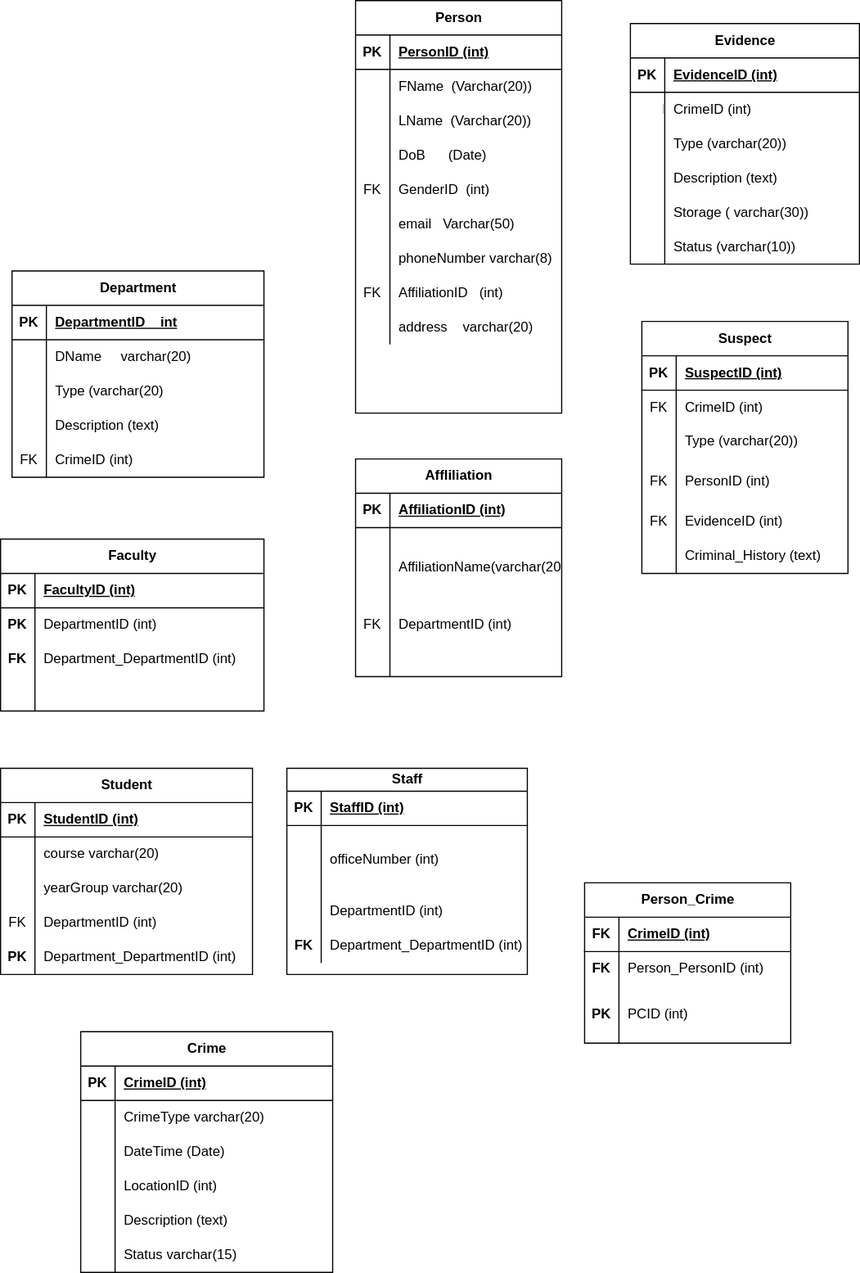
Earlier version of the draw.io export Untitled Diagram.drawio.svg (Priscile2/Diagrams). Source tidied: cells renumbered, new cells last; positions are measured from the earlier drawing's top-left corner, leaving out a move shared by most shapes.
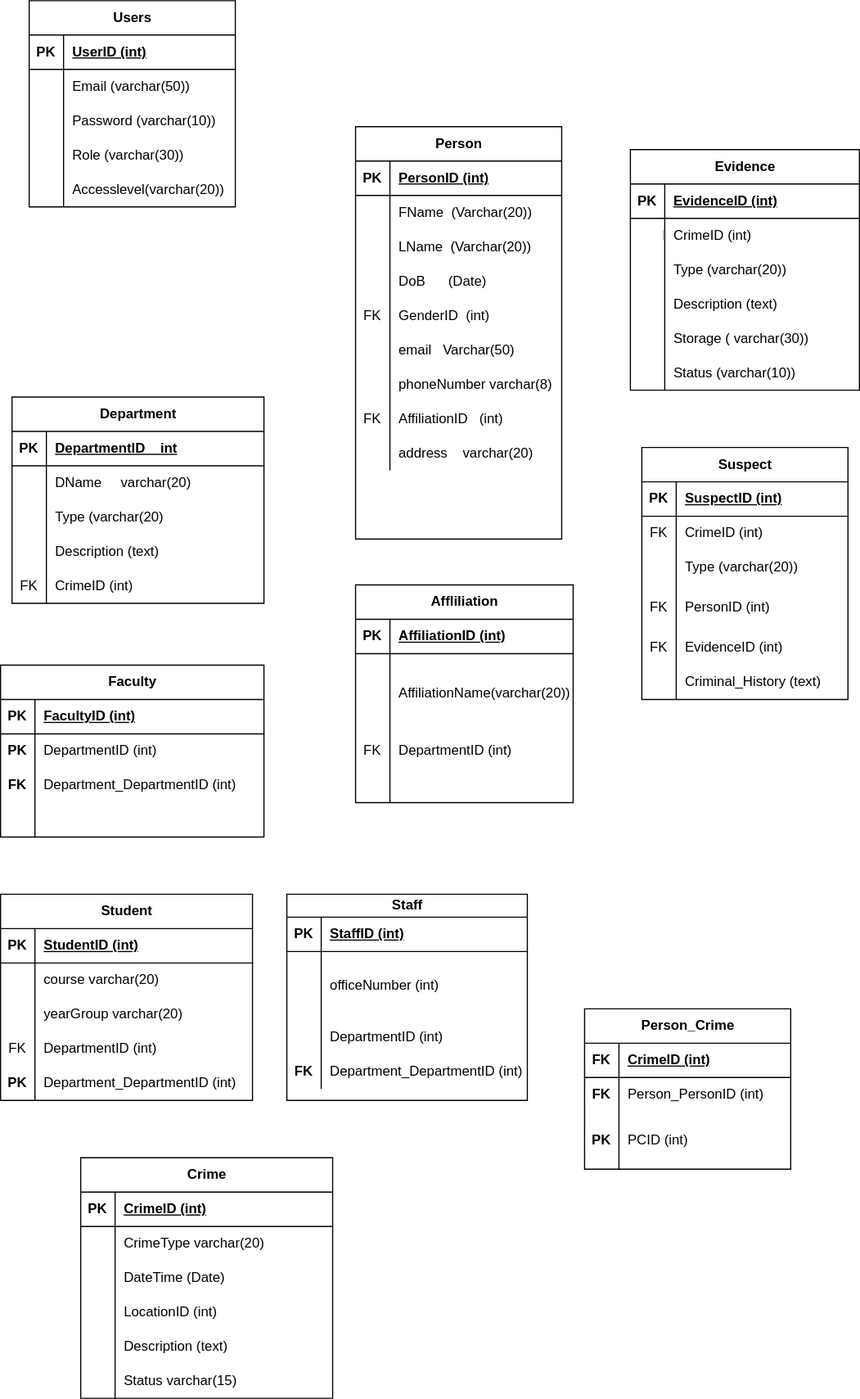
The same diagram one commit later.

Diff of the diagram source:
```diff
@@ -87,43 +87,43 @@
       <mxGeometry x="30" width="150" height="30" as="geometry" />
     </mxCell>
     <mxCell id="30" value="Affliliation" style="shape=table;startSize=30;rowLines=0;fontStyle=1;align=center;html=1;" parent="1" vertex="1">
-      <mxGeometry x="310" y="400" width="180" height="190" as="geometry" />
+      <mxGeometry x="310" y="400" width="190" height="190" as="geometry" />
     </mxCell>
     <mxCell id="31" style="shape=tableRow;horizontal=0;startSize=0;swimlaneHead=0;swimlaneBody=0;fillColor=none;top=0;left=0;right=0;bottom=1;" parent="30" vertex="1">
-      <mxGeometry y="30" width="180" height="30" as="geometry" />
+      <mxGeometry y="30" width="190" height="30" as="geometry" />
     </mxCell>
     <mxCell id="32" value="PK" style="shape=partialRectangle;fillColor=none;top=0;left=0;bottom=0;right=0;fontStyle=1;overflow=hidden;whiteSpace=wrap;html=1;" parent="31" vertex="1">
       <mxGeometry width="30" height="30" as="geometry" />
     </mxCell>
     <mxCell id="33" value="AffiliationID (int)" style="shape=partialRectangle;fillColor=none;top=0;left=0;bottom=0;right=0;align=left;spacingLeft=6;fontStyle=5;overflow=hidden;whiteSpace=wrap;html=1;" parent="31" vertex="1">
-      <mxGeometry x="30" width="150" height="30" as="geometry" />
+      <mxGeometry x="30" width="160" height="30" as="geometry" />
     </mxCell>
     <mxCell id="34" style="shape=tableRow;horizontal=0;startSize=0;swimlaneHead=0;swimlaneBody=0;fillColor=none;top=0;left=0;right=0;bottom=0;" parent="30" vertex="1">
-      <mxGeometry y="60" width="180" height="70" as="geometry" />
+      <mxGeometry y="60" width="190" height="70" as="geometry" />
     </mxCell>
     <mxCell id="35" style="shape=partialRectangle;fillColor=none;top=0;left=0;bottom=0;right=0;overflow=hidden;whiteSpace=wrap;html=1;" parent="34" vertex="1">
       <mxGeometry width="30" height="70" as="geometry" />
     </mxCell>
     <mxCell id="36" value="AffiliationName(varchar(20))" style="shape=partialRectangle;fillColor=none;top=0;left=0;bottom=0;right=0;align=left;spacingLeft=6;overflow=hidden;whiteSpace=wrap;html=1;" parent="34" vertex="1">
-      <mxGeometry x="30" width="150" height="70" as="geometry" />
+      <mxGeometry x="30" width="160" height="70" as="geometry" />
     </mxCell>
     <mxCell id="37" style="shape=tableRow;horizontal=0;startSize=0;swimlaneHead=0;swimlaneBody=0;fillColor=none;top=0;left=0;right=0;bottom=0;" parent="30" vertex="1">
-      <mxGeometry y="130" width="180" height="30" as="geometry" />
+      <mxGeometry y="130" width="190" height="30" as="geometry" />
     </mxCell>
     <mxCell id="38" value="FK" style="shape=partialRectangle;fillColor=none;top=0;left=0;bottom=0;right=0;overflow=hidden;whiteSpace=wrap;html=1;" parent="37" vertex="1">
       <mxGeometry width="30" height="30" as="geometry" />
     </mxCell>
     <mxCell id="39" value="DepartmentID (int)" style="shape=partialRectangle;fillColor=none;top=0;left=0;bottom=0;right=0;align=left;spacingLeft=6;overflow=hidden;whiteSpace=wrap;html=1;" parent="37" vertex="1">
-      <mxGeometry x="30" width="150" height="30" as="geometry" />
+      <mxGeometry x="30" width="160" height="30" as="geometry" />
     </mxCell>
     <mxCell id="40" style="shape=tableRow;horizontal=0;startSize=0;swimlaneHead=0;swimlaneBody=0;fillColor=none;top=0;left=0;right=0;bottom=0;" parent="30" vertex="1">
-      <mxGeometry y="160" width="180" height="30" as="geometry" />
+      <mxGeometry y="160" width="190" height="30" as="geometry" />
     </mxCell>
     <mxCell id="41" style="shape=partialRectangle;fillColor=none;top=0;left=0;bottom=0;right=0;overflow=hidden;whiteSpace=wrap;html=1;" parent="40" vertex="1">
       <mxGeometry width="30" height="30" as="geometry" />
     </mxCell>
     <mxCell id="42" style="shape=partialRectangle;fillColor=none;top=0;left=0;bottom=0;right=0;align=left;spacingLeft=6;overflow=hidden;whiteSpace=wrap;html=1;" parent="40" vertex="1">
-      <mxGeometry x="30" width="150" height="30" as="geometry" />
+      <mxGeometry x="30" width="160" height="30" as="geometry" />
     </mxCell>
     <mxCell id="43" value="Department" style="shape=table;startSize=30;rowLines=0;fontStyle=1;align=center;html=1;" parent="1" vertex="1">
       <mxGeometry x="10" y="236" width="220" height="180" as="geometry" />
@@ -443,6 +443,54 @@
     <mxCell id="148" value="Department_DepartmentID (int)" style="shape=partialRectangle;fillColor=none;top=0;left=0;bottom=0;right=0;align=left;spacingLeft=6;overflow=hidden;whiteSpace=wrap;html=1;" parent="146" vertex="1">
       <mxGeometry x="30" width="190" height="30" as="geometry" />
     </mxCell>
+    <mxCell id="168" value="Users" style="shape=table;startSize=30;rowLines=0;fontStyle=1;align=center;html=1;" parent="1" vertex="1">
+      <mxGeometry x="25" y="-110" width="180" height="180" as="geometry" />
+    </mxCell>
+    <mxCell id="169" style="shape=tableRow;horizontal=0;startSize=0;swimlaneHead=0;swimlaneBody=0;fillColor=none;top=0;left=0;right=0;bottom=1;" parent="168" vertex="1">
+      <mxGeometry y="30" width="180" height="30" as="geometry" />
+    </mxCell>
+    <mxCell id="170" value="PK" style="shape=partialRectangle;fillColor=none;top=0;left=0;bottom=0;right=0;fontStyle=1;overflow=hidden;whiteSpace=wrap;html=1;" parent="169" vertex="1">
+      <mxGeometry width="30" height="30" as="geometry" />
+    </mxCell>
+    <mxCell id="171" value="UserID (int)" style="shape=partialRectangle;fillColor=none;top=0;left=0;bottom=0;right=0;align=left;spacingLeft=6;fontStyle=5;overflow=hidden;whiteSpace=wrap;html=1;" parent="169" vertex="1">
+      <mxGeometry x="30" width="150" height="30" as="geometry" />
+    </mxCell>
+    <mxCell id="172" style="shape=tableRow;horizontal=0;startSize=0;swimlaneHead=0;swimlaneBody=0;fillColor=none;top=0;left=0;right=0;bottom=0;" parent="168" vertex="1">
+      <mxGeometry y="60" width="180" height="30" as="geometry" />
+    </mxCell>
+    <mxCell id="173" style="shape=partialRectangle;fillColor=none;top=0;left=0;bottom=0;right=0;overflow=hidden;whiteSpace=wrap;html=1;" parent="172" vertex="1">
+      <mxGeometry width="30" height="30" as="geometry" />
+    </mxCell>
+    <mxCell id="174" value="Email (varchar(50))" style="shape=partialRectangle;fillColor=none;top=0;left=0;bottom=0;right=0;align=left;spacingLeft=6;overflow=hidden;whiteSpace=wrap;html=1;" parent="172" vertex="1">
+      <mxGeometry x="30" width="150" height="30" as="geometry" />
+    </mxCell>
+    <mxCell id="175" style="shape=tableRow;horizontal=0;startSize=0;swimlaneHead=0;swimlaneBody=0;fillColor=none;top=0;left=0;right=0;bottom=0;" parent="168" vertex="1">
+      <mxGeometry y="90" width="180" height="30" as="geometry" />
+    </mxCell>
+    <mxCell id="176" style="shape=partialRectangle;fillColor=none;top=0;left=0;bottom=0;right=0;overflow=hidden;whiteSpace=wrap;html=1;" parent="175" vertex="1">
+      <mxGeometry width="30" height="30" as="geometry" />
+    </mxCell>
+    <mxCell id="177" value="Password (varchar(10))" style="shape=partialRectangle;fillColor=none;top=0;left=0;bottom=0;right=0;align=left;spacingLeft=6;overflow=hidden;whiteSpace=wrap;html=1;" parent="175" vertex="1">
+      <mxGeometry x="30" width="150" height="30" as="geometry" />
+    </mxCell>
+    <mxCell id="178" style="shape=tableRow;horizontal=0;startSize=0;swimlaneHead=0;swimlaneBody=0;fillColor=none;top=0;left=0;right=0;bottom=0;" parent="168" vertex="1">
+      <mxGeometry y="120" width="180" height="30" as="geometry" />
+    </mxCell>
+    <mxCell id="179" style="shape=partialRectangle;fillColor=none;top=0;left=0;bottom=0;right=0;overflow=hidden;whiteSpace=wrap;html=1;" parent="178" vertex="1">
+      <mxGeometry width="30" height="30" as="geometry" />
+    </mxCell>
+    <mxCell id="180" value="Role (varchar(30))" style="shape=partialRectangle;fillColor=none;top=0;left=0;bottom=0;right=0;align=left;spacingLeft=6;overflow=hidden;whiteSpace=wrap;html=1;" parent="178" vertex="1">
+      <mxGeometry x="30" width="150" height="30" as="geometry" />
+    </mxCell>
+    <mxCell id="181" style="shape=tableRow;horizontal=0;startSize=0;swimlaneHead=0;swimlaneBody=0;fillColor=none;top=0;left=0;right=0;bottom=0;" parent="168" vertex="1">
+      <mxGeometry y="150" width="180" height="30" as="geometry" />
+    </mxCell>
+    <mxCell id="182" style="shape=partialRectangle;fillColor=none;top=0;left=0;bottom=0;right=0;overflow=hidden;whiteSpace=wrap;html=1;" parent="181" vertex="1">
+      <mxGeometry width="30" height="30" as="geometry" />
+    </mxCell>
+    <mxCell id="183" value="Accesslevel(varchar(20))" style="shape=partialRectangle;fillColor=none;top=0;left=0;bottom=0;right=0;align=left;spacingLeft=6;overflow=hidden;whiteSpace=wrap;html=1;" parent="181" vertex="1">
+      <mxGeometry x="30" width="150" height="30" as="geometry" />
+    </mxCell>
     <mxCell id="149" value="Crime" style="shape=table;startSize=30;rowLines=0;fontStyle=1;align=center;html=1;" parent="1" vertex="1">
       <mxGeometry x="70" y="900" width="220" height="210" as="geometry" />
     </mxCell>
```
